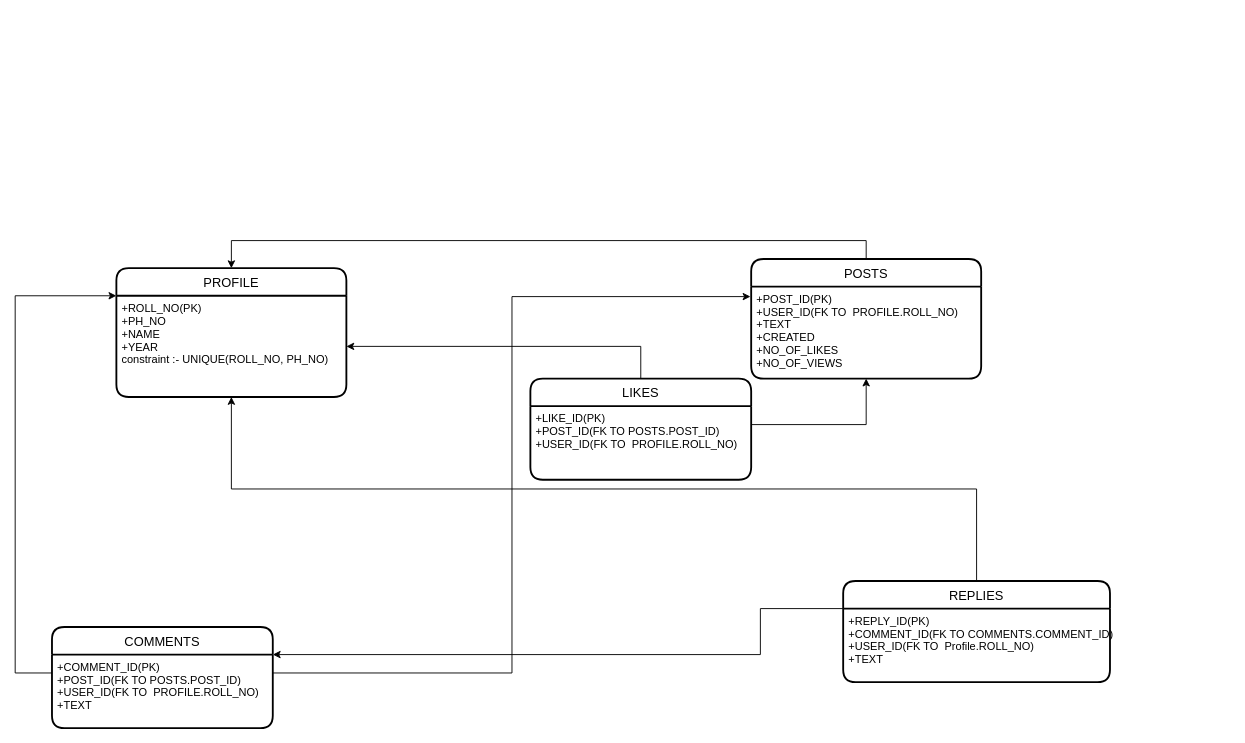
Before: Untitled Diagram.drawio in harsh098/diagrams, a draw.io diagram. Source tidied: cells renumbered, new cells numbered last; positions are measured from the earlier drawing's top-left corner, leaving out a move shared by most shapes. Both pictures are drawn from the tidied source at 92%, with x=0, y=0 at pixel (15, 259).
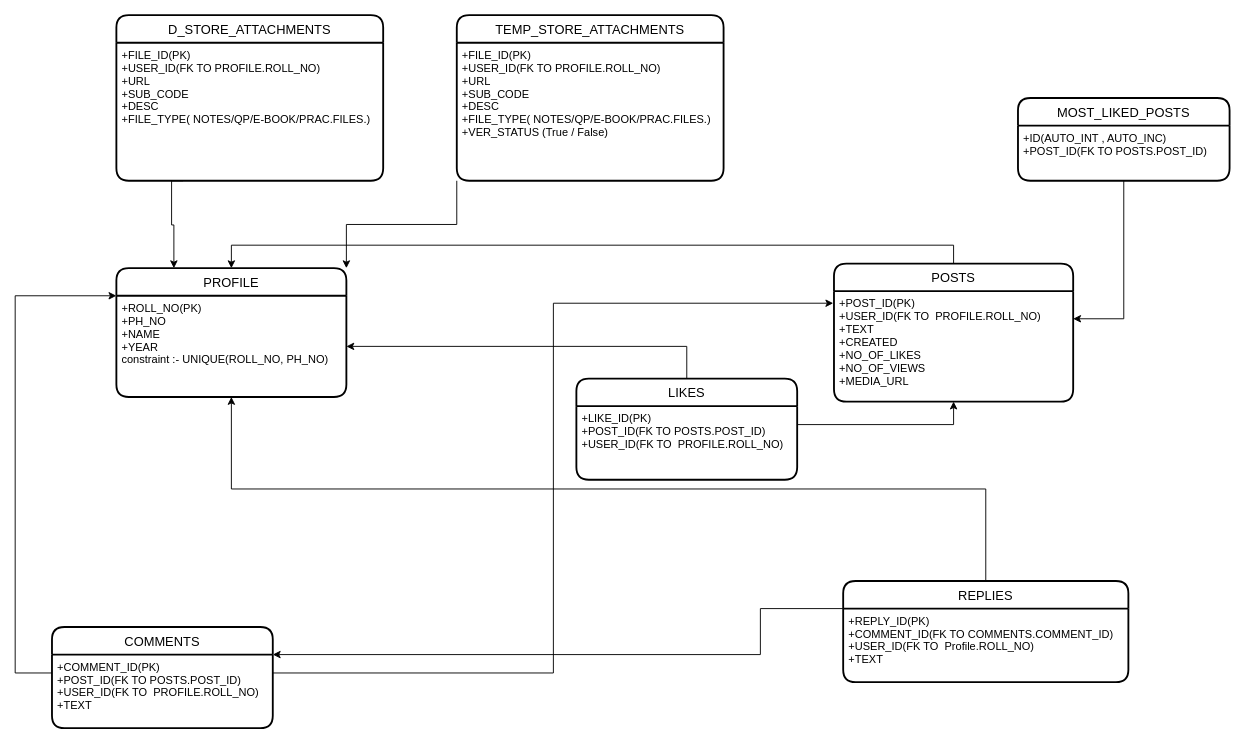
The same diagram, later.

The change refers to these unchanged cells:
```xml
<mxCell id="2" value="PROFILE" style="swimlane;horizontal=1;startSize=30;rounded=1;fontSize=14;fontStyle=0;strokeWidth=2;shadow=0;dashed=0;align=center;" parent="1" vertex="1">
  <mxGeometry x="110" y="10" width="250" height="140" as="geometry" />
</mxCell>
```

The edit, as a diff of the source:
```diff
@@
     <mxCell id="5" value="POSTS" style="swimlane;horizontal=1;startSize=30;rounded=1;fontSize=14;fontStyle=0;strokeWidth=2;shadow=0;dashed=0;align=center;" parent="1" vertex="1">
-      <mxGeometry x="800" width="250" height="130" as="geometry" />
+      <mxGeometry x="890" y="5" width="260" height="150" as="geometry" />
     </mxCell>
-    <mxCell id="6" value="+POST_ID(PK)&#10;+USER_ID(FK TO  PROFILE.ROLL_NO)&#10;+TEXT&#10;+CREATED&#10;+NO_OF_LIKES&#10;+NO_OF_VIEWS" style="align=left;strokeColor=none;fillColor=none;spacingLeft=4;fontSize=12;verticalAlign=top;" parent="5" vertex="1">
-      <mxGeometry y="30" width="250" height="100" as="geometry" />
+    <mxCell id="6" value="+POST_ID(PK)&#10;+USER_ID(FK TO  PROFILE.ROLL_NO)&#10;+TEXT&#10;+CREATED&#10;+NO_OF_LIKES&#10;+NO_OF_VIEWS&#10;+MEDIA_URL" style="align=left;strokeColor=none;fillColor=none;spacingLeft=4;fontSize=12;verticalAlign=top;" parent="5" vertex="1">
+      <mxGeometry y="30" width="260" height="120" as="geometry" />
     </mxCell>
@@
     <mxCell id="11" value="REPLIES" style="swimlane;horizontal=1;startSize=30;rounded=1;fontSize=14;fontStyle=0;strokeWidth=2;shadow=0;dashed=0;align=center;" parent="1" vertex="1">
-      <mxGeometry x="900" y="350" width="290" height="110" as="geometry" />
+      <mxGeometry x="900" y="350" width="310" height="110" as="geometry" />
     </mxCell>
     <mxCell id="12" value="+REPLY_ID(PK)&#10;+COMMENT_ID(FK TO COMMENTS.COMMENT_ID)&#10;+USER_ID(FK TO  Profile.ROLL_NO)&#10;+TEXT" style="align=left;strokeColor=none;fillColor=none;spacingLeft=4;fontSize=12;verticalAlign=top;" parent="11" vertex="1">
-      <mxGeometry y="30" width="290" height="80" as="geometry" />
+      <mxGeometry y="30" width="310" height="80" as="geometry" />
     </mxCell>
@@
     <mxCell id="16" value="LIKES" style="swimlane;horizontal=1;startSize=30;rounded=1;fontSize=14;fontStyle=0;strokeWidth=2;shadow=0;dashed=0;align=center;" parent="1" vertex="1">
-      <mxGeometry x="560" y="130" width="240" height="110" as="geometry" />
+      <mxGeometry x="610" y="130" width="240" height="110" as="geometry" />
     </mxCell>
@@
+    <mxCell id="19" value="D_STORE_ATTACHMENTS" style="swimlane;horizontal=1;startSize=30;rounded=1;fontSize=14;fontStyle=0;strokeWidth=2;shadow=0;dashed=0;align=center;" parent="1" vertex="1">
+      <mxGeometry x="110" y="-265" width="290" height="180" as="geometry" />
+    </mxCell>
+    <mxCell id="20" value="+FILE_ID(PK)&#10;+USER_ID(FK TO PROFILE.ROLL_NO)&#10;+URL&#10;+SUB_CODE&#10;+DESC&#10;+FILE_TYPE( NOTES/QP/E-BOOK/PRAC.FILES.)" style="align=left;strokeColor=none;fillColor=none;spacingLeft=4;fontSize=12;verticalAlign=top;" parent="19" vertex="1">
+      <mxGeometry y="30" width="290" height="150" as="geometry" />
+    </mxCell>
+    <mxCell id="21" value="TEMP_STORE_ATTACHMENTS" style="swimlane;horizontal=1;startSize=30;rounded=1;fontSize=14;fontStyle=0;strokeWidth=2;shadow=0;dashed=0;align=center;" parent="1" vertex="1">
+      <mxGeometry x="480" y="-265" width="290" height="180" as="geometry" />
+    </mxCell>
+    <mxCell id="22" value="+FILE_ID(PK)&#10;+USER_ID(FK TO PROFILE.ROLL_NO)&#10;+URL&#10;+SUB_CODE&#10;+DESC&#10;+FILE_TYPE( NOTES/QP/E-BOOK/PRAC.FILES.)&#10;+VER_STATUS (True / False)" style="align=left;strokeColor=none;fillColor=none;spacingLeft=4;fontSize=12;verticalAlign=top;" parent="21" vertex="1">
+      <mxGeometry y="30" width="290" height="150" as="geometry" />
+    </mxCell>
+    <mxCell id="23" style="edgeStyle=orthogonalEdgeStyle;rounded=0;jettySize=auto;html=1;exitX=0.25;exitY=1;exitDx=0;exitDy=0;entryX=0.25;entryY=0;entryDx=0;entryDy=0;" parent="1" edge="1" source="20" target="2">
+      <mxGeometry relative="1" as="geometry">
+        <Array as="points">
+          <mxPoint x="170" y="-85" />
+          <mxPoint x="170" y="-37" />
+          <mxPoint x="173" y="-37" />
+        </Array>
+      </mxGeometry>
+    </mxCell>
+    <mxCell id="24" style="edgeStyle=orthogonalEdgeStyle;rounded=0;jettySize=auto;html=1;exitX=0;exitY=1;exitDx=0;exitDy=0;entryX=1;entryY=0;entryDx=0;entryDy=0;" parent="1" edge="1" source="22" target="2">
+      <mxGeometry relative="1" as="geometry" />
+    </mxCell>
+    <mxCell id="25" value="MOST_LIKED_POSTS" style="swimlane;horizontal=1;startSize=30;rounded=1;fontSize=14;fontStyle=0;strokeWidth=2;shadow=0;dashed=0;align=center;" parent="1" vertex="1">
+      <mxGeometry x="1090" y="-175" width="230" height="90" as="geometry" />
+    </mxCell>
+    <mxCell id="26" value="+ID(AUTO_INT , AUTO_INC)&#10;+POST_ID(FK TO POSTS.POST_ID)" style="align=left;strokeColor=none;fillColor=none;spacingLeft=4;fontSize=12;verticalAlign=top;" parent="25" vertex="1">
+      <mxGeometry y="30" width="230" height="60" as="geometry" />
+    </mxCell>
+    <mxCell id="27" style="edgeStyle=orthogonalEdgeStyle;rounded=0;jettySize=auto;html=1;exitX=0.5;exitY=1;exitDx=0;exitDy=0;entryX=1;entryY=0.25;entryDx=0;entryDy=0;" parent="1" edge="1" source="26" target="6">
+      <mxGeometry relative="1" as="geometry" />
+    </mxCell>
```
